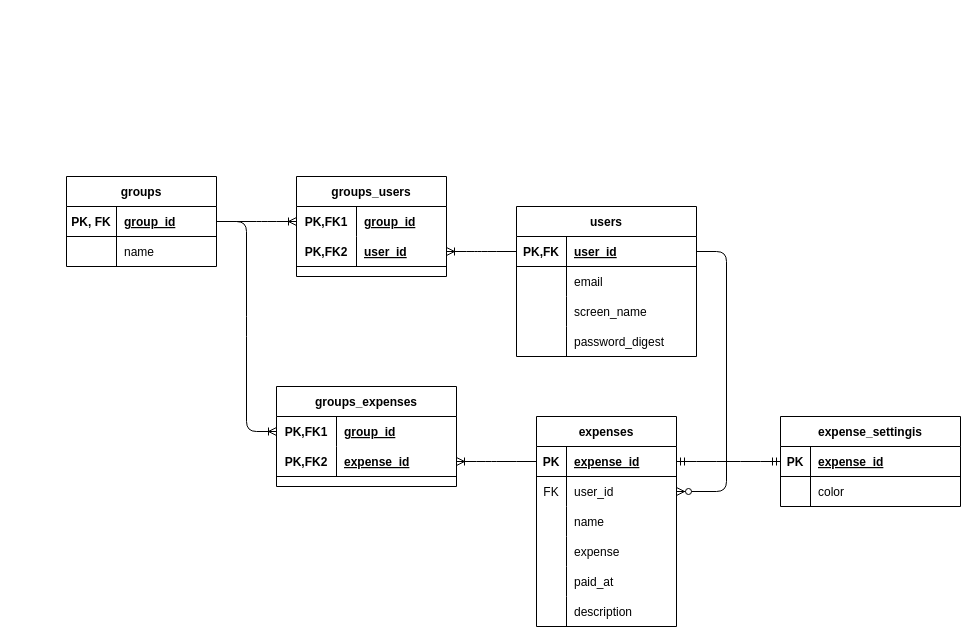
Above: design/ERdiagram.dio in dOwOd/Expenses_Log_App (draw.io), before the change. Source tidied: cells renumbered, new cells numbered last; positions are measured from the earlier drawing's top-left corner, leaving out a move shared by most shapes. Both pictures are drawn from the tidied source at 100%, with x=0, y=0 at pixel (66, 176).
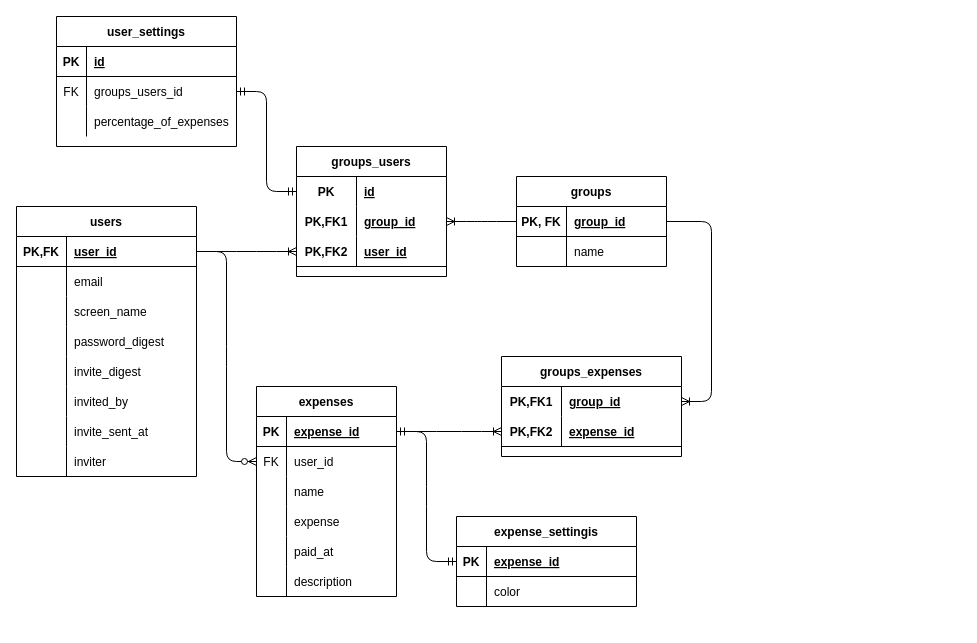
The same page after the edit.

What changed in the source:
```diff
@@
     <mxCell id="3" style="group;" parent="1" vertex="1">
-      <mxGeometry x="714" y="240" width="180" height="100" as="geometry" />
+      <mxGeometry x="390" y="340" width="180" height="100" as="geometry" />
     </mxCell>
@@
     <mxCell id="17" value="groups" style="shape=table;startSize=30;childLayout=tableLayout;rowLines=0;fontStyle=1;align=center;rounded=0;" parent="1" vertex="1">
-      <mxGeometry width="150" height="90" as="geometry" />
+      <mxGeometry x="450" width="150" height="90" as="geometry" />
     </mxCell>
@@
     <mxCell id="24" value="expenses" style="shape=table;startSize=30;childLayout=tableLayout;rowLines=0;fontStyle=1;align=center;rounded=0;" parent="1" vertex="1">
-      <mxGeometry x="470" y="240" width="140" height="210" as="geometry" />
+      <mxGeometry x="190" y="210" width="140" height="210" as="geometry" />
     </mxCell>
@@
     <mxCell id="43" value="users" style="shape=table;startSize=30;childLayout=tableLayout;rowLines=0;fontStyle=1;align=center;rounded=0;" parent="1" vertex="1">
-      <mxGeometry x="450" y="30" width="180" height="150" as="geometry" />
+      <mxGeometry x="-50" y="30" width="180" height="270" as="geometry" />
     </mxCell>
@@
+    <mxCell id="70" style="shape=partialRectangle;fillColor=none;top=0;left=0;bottom=0;right=0;" parent="43" vertex="1">
+      <mxGeometry y="150" width="180" height="30" as="geometry" />
+    </mxCell>
+    <mxCell id="71" style="shape=partialRectangle;fillColor=none;top=0;left=0;bottom=0;right=0;overflow=hidden;" parent="70" vertex="1">
+      <mxGeometry width="50" height="30" as="geometry" />
+    </mxCell>
+    <mxCell id="72" value="invite_digest" style="shape=partialRectangle;fillColor=none;top=0;left=0;bottom=0;right=0;align=left;spacingLeft=6;overflow=hidden;" parent="70" vertex="1">
+      <mxGeometry x="50" width="130" height="30" as="geometry" />
+    </mxCell>
+    <mxCell id="73" style="shape=partialRectangle;fillColor=none;top=0;left=0;bottom=0;right=0;" parent="43" vertex="1">
+      <mxGeometry y="180" width="180" height="30" as="geometry" />
+    </mxCell>
+    <mxCell id="74" style="shape=partialRectangle;fillColor=none;top=0;left=0;bottom=0;right=0;overflow=hidden;" parent="73" vertex="1">
+      <mxGeometry width="50" height="30" as="geometry" />
+    </mxCell>
+    <mxCell id="75" value="invited_by" style="shape=partialRectangle;fillColor=none;top=0;left=0;bottom=0;right=0;align=left;spacingLeft=6;overflow=hidden;" parent="73" vertex="1">
+      <mxGeometry x="50" width="130" height="30" as="geometry" />
+    </mxCell>
+    <mxCell id="76" style="shape=partialRectangle;fillColor=none;top=0;left=0;bottom=0;right=0;" parent="43" vertex="1">
+      <mxGeometry y="210" width="180" height="30" as="geometry" />
+    </mxCell>
+    <mxCell id="77" style="shape=partialRectangle;fillColor=none;top=0;left=0;bottom=0;right=0;overflow=hidden;" parent="76" vertex="1">
+      <mxGeometry width="50" height="30" as="geometry" />
+    </mxCell>
+    <mxCell id="78" value="invite_sent_at" style="shape=partialRectangle;fillColor=none;top=0;left=0;bottom=0;right=0;align=left;spacingLeft=6;overflow=hidden;" parent="76" vertex="1">
+      <mxGeometry x="50" width="130" height="30" as="geometry" />
+    </mxCell>
+    <mxCell id="79" style="shape=partialRectangle;fillColor=none;top=0;left=0;bottom=0;right=0;" parent="43" vertex="1">
+      <mxGeometry y="240" width="180" height="30" as="geometry" />
+    </mxCell>
+    <mxCell id="80" style="shape=partialRectangle;fillColor=none;top=0;left=0;bottom=0;right=0;overflow=hidden;" parent="79" vertex="1">
+      <mxGeometry width="50" height="30" as="geometry" />
+    </mxCell>
+    <mxCell id="81" value="inviter" style="shape=partialRectangle;fillColor=none;top=0;left=0;bottom=0;right=0;align=left;spacingLeft=6;overflow=hidden;" parent="79" vertex="1">
+      <mxGeometry x="50" width="130" height="30" as="geometry" />
+    </mxCell>
     <mxCell id="56" value="groups_expenses" style="shape=table;startSize=30;childLayout=tableLayout;rowLines=0;fontStyle=1;align=center;" parent="1" vertex="1">
-      <mxGeometry x="210" y="210" width="180" height="100" as="geometry" />
+      <mxGeometry x="435" y="180" width="180" height="100" as="geometry" />
     </mxCell>
@@
     <mxCell id="63" value="groups_users" style="shape=table;startSize=30;childLayout=tableLayout;rowLines=0;fontStyle=1;align=center;" parent="1" vertex="1">
-      <mxGeometry x="230" width="150" height="100" as="geometry" />
+      <mxGeometry x="230" y="-30" width="150" height="130" as="geometry" />
     </mxCell>
+    <mxCell id="82" style="shape=partialRectangle;fillColor=none;top=0;left=0;bottom=0;right=0;points=[[0,0.5],[1,0.5]];portConstraint=eastwest;" parent="63" vertex="1">
+      <mxGeometry y="30" width="150" height="30" as="geometry" />
+    </mxCell>
+    <mxCell id="83" value="PK" style="shape=partialRectangle;fillColor=none;top=0;left=0;bottom=0;right=0;fontStyle=1;overflow=hidden;" parent="82" vertex="1">
+      <mxGeometry width="60" height="30" as="geometry" />
+    </mxCell>
+    <mxCell id="84" value="id" style="shape=partialRectangle;fillColor=none;top=0;left=0;bottom=0;right=0;align=left;spacingLeft=6;fontStyle=5;overflow=hidden;" parent="82" vertex="1">
+      <mxGeometry x="60" width="90" height="30" as="geometry" />
+    </mxCell>
     <mxCell id="64" style="shape=partialRectangle;fillColor=none;top=0;left=0;bottom=0;right=0;points=[[0,0.5],[1,0.5]];portConstraint=eastwest;" parent="63" vertex="1">
-      <mxGeometry y="30" width="150" height="30" as="geometry" />
+      <mxGeometry y="60" width="150" height="30" as="geometry" />
     </mxCell>
@@
     <mxCell id="67" style="shape=partialRectangle;fillColor=none;top=0;left=0;bottom=1;right=0;points=[[0,0.5],[1,0.5]];portConstraint=eastwest;" parent="63" vertex="1">
-      <mxGeometry y="60" width="150" height="30" as="geometry" />
+      <mxGeometry y="90" width="150" height="30" as="geometry" />
     </mxCell>
@@
+    <mxCell id="85" value="user_settings" style="shape=table;startSize=30;childLayout=tableLayout;rowLines=0;fontStyle=1;align=center;" parent="1" vertex="1">
+      <mxGeometry x="-10" y="-160" width="180" height="130" as="geometry" />
+    </mxCell>
+    <mxCell id="86" style="shape=partialRectangle;fillColor=none;top=0;left=0;bottom=1;right=0;" parent="85" vertex="1">
+      <mxGeometry y="30" width="180" height="30" as="geometry" />
+    </mxCell>
+    <mxCell id="87" value="PK" style="shape=partialRectangle;fillColor=none;top=0;left=0;bottom=0;right=0;fontStyle=1;overflow=hidden;" parent="86" vertex="1">
+      <mxGeometry width="30" height="30" as="geometry" />
+    </mxCell>
+    <mxCell id="88" value="id" style="shape=partialRectangle;fillColor=none;top=0;left=0;bottom=0;right=0;align=left;spacingLeft=6;fontStyle=5;overflow=hidden;" parent="86" vertex="1">
+      <mxGeometry x="30" width="150" height="30" as="geometry" />
+    </mxCell>
+    <mxCell id="89" style="shape=partialRectangle;fillColor=none;top=0;left=0;bottom=0;right=0;points=[[0,0.5],[1,0.5]];portConstraint=eastwest;" parent="85" vertex="1">
+      <mxGeometry y="60" width="180" height="30" as="geometry" />
+    </mxCell>
+    <mxCell id="90" value="FK" style="shape=partialRectangle;fillColor=none;top=0;left=0;bottom=0;right=0;overflow=hidden;" parent="89" vertex="1">
+      <mxGeometry width="30" height="30" as="geometry" />
+    </mxCell>
+    <mxCell id="91" value="groups_users_id" style="shape=partialRectangle;fillColor=none;top=0;left=0;bottom=0;right=0;align=left;spacingLeft=6;overflow=hidden;" parent="89" vertex="1">
+      <mxGeometry x="30" width="150" height="30" as="geometry" />
+    </mxCell>
+    <mxCell id="92" style="shape=partialRectangle;fillColor=none;top=0;left=0;bottom=0;right=0;" parent="85" vertex="1">
+      <mxGeometry y="90" width="180" height="30" as="geometry" />
+    </mxCell>
+    <mxCell id="93" style="shape=partialRectangle;fillColor=none;top=0;left=0;bottom=0;right=0;overflow=hidden;" parent="92" vertex="1">
+      <mxGeometry width="30" height="30" as="geometry" />
+    </mxCell>
+    <mxCell id="94" value="percentage_of_expenses" style="shape=partialRectangle;fillColor=none;top=0;left=0;bottom=0;right=0;align=left;spacingLeft=6;overflow=hidden;" parent="92" vertex="1">
+      <mxGeometry x="30" width="150" height="30" as="geometry" />
+    </mxCell>
+    <mxCell id="95" style="edgeStyle=entityRelationEdgeStyle;fontSize=12;html=1;endArrow=ERmandOne;startArrow=ERmandOne;exitX=0;exitY=0.5;exitDx=0;exitDy=0;entryX=1;entryY=0.5;entryDx=0;entryDy=0;" parent="1" edge="1" source="82" target="89">
+      <mxGeometry relative="1" as="geometry" />
+    </mxCell>
```
